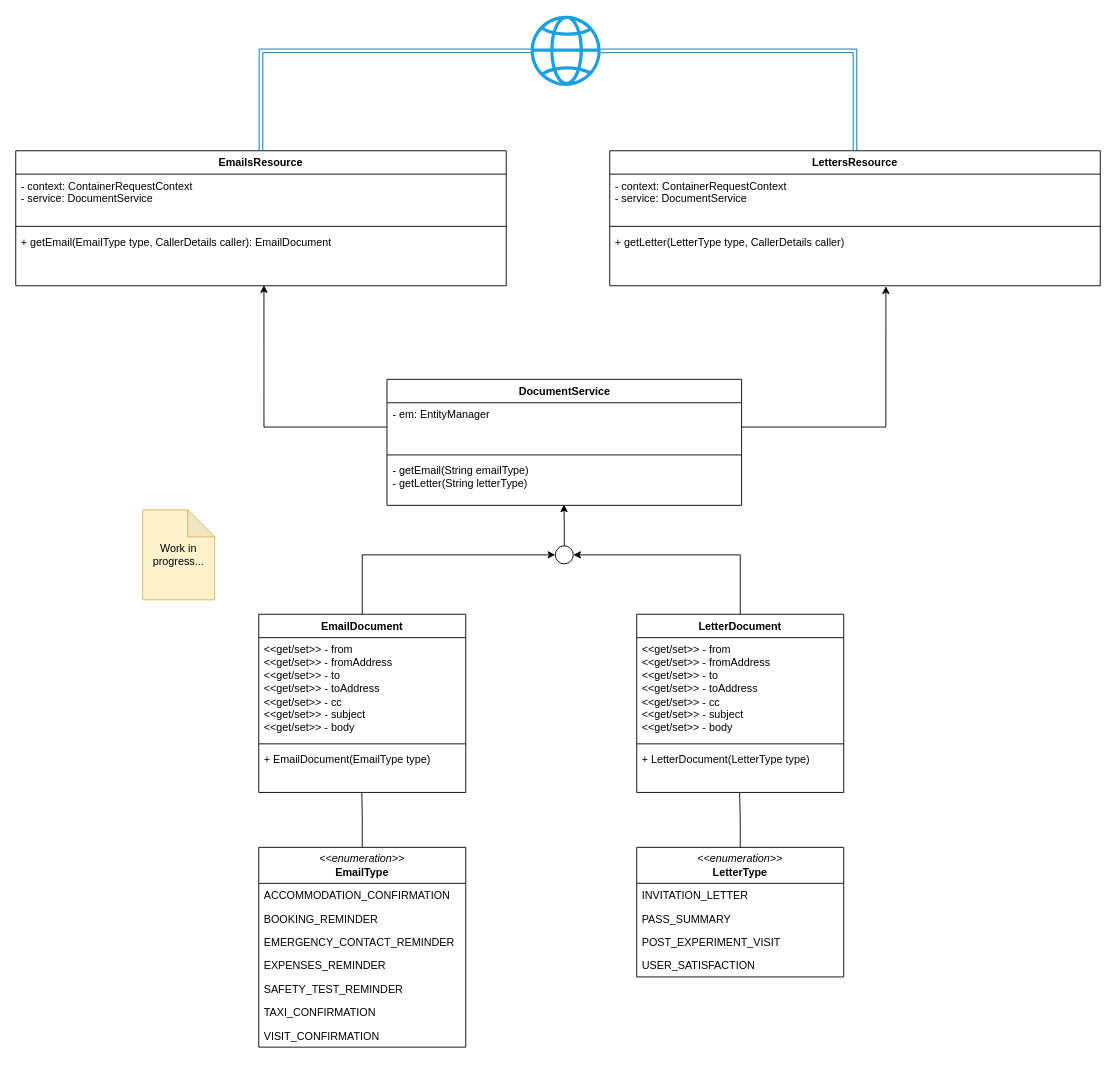
This is Document generation class diagram.drawio from ambolt314/FinalProjectDesign, a draw.io file, before an edit. Source tidied: cells renumbered, new cells numbered last; positions are measured from the earlier drawing's top-left corner, leaving out a move shared by most shapes. Both pictures are drawn from the tidied source at 90%, with x=0, y=0 at pixel (15, 15).
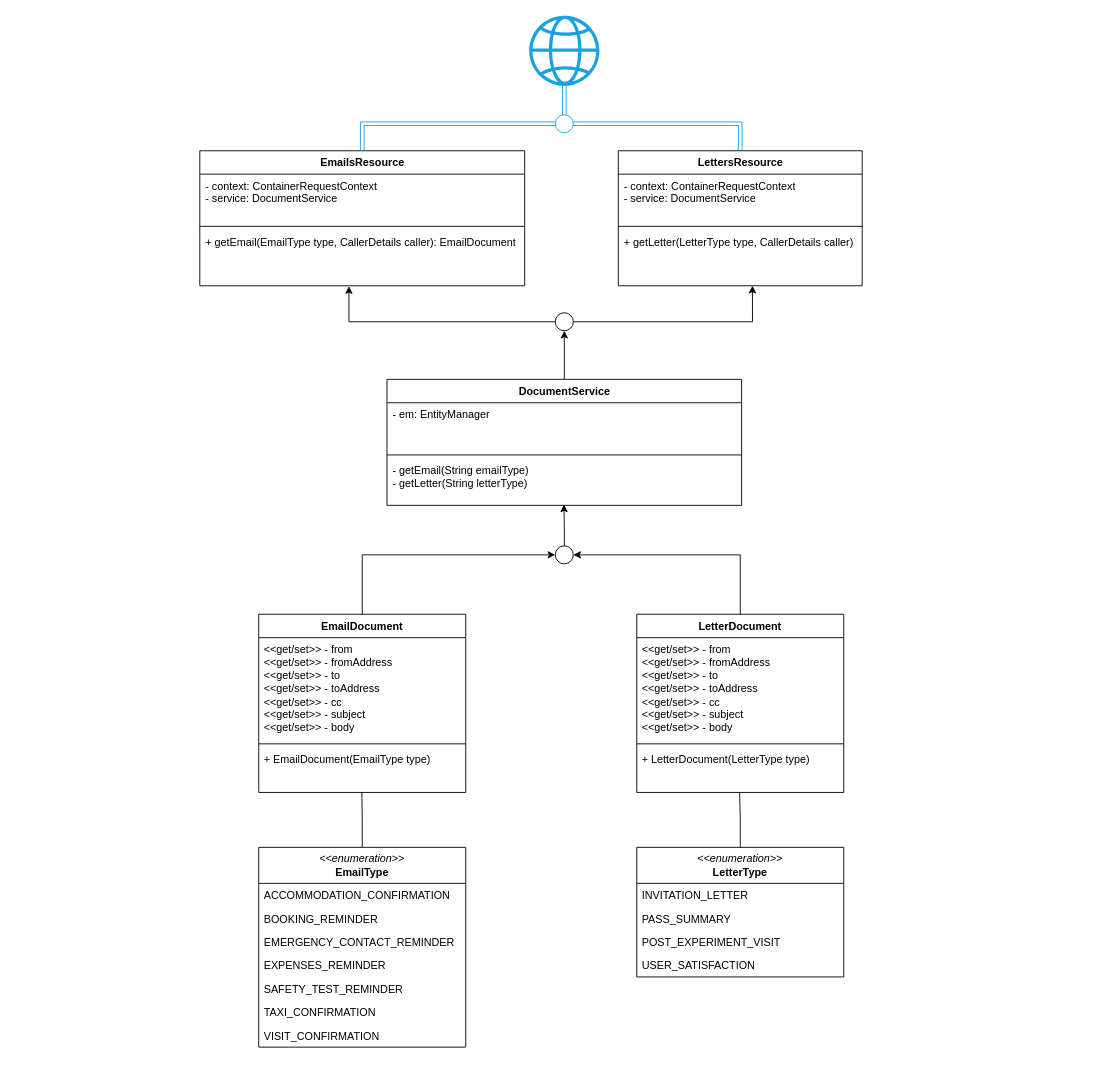
After the change.

The change refers to these unchanged cells:
```xml
<mxCell id="8" value="DocumentService" style="swimlane;fontStyle=1;align=center;verticalAlign=top;horizontal=1;startSize=26;whiteSpace=wrap;html=1;" parent="1" vertex="1">
  <mxGeometry x="412.5" y="404" width="394" height="140" as="geometry" />
</mxCell>
<mxCell id="9" value="&lt;div&gt;- em: EntityManager&lt;/div&gt;" style="text;strokeColor=none;fillColor=none;align=left;verticalAlign=top;spacingLeft=4;spacingRight=4;overflow=hidden;points=[[0,0.5],[1,0.5]];portConstraint=eastwest;whiteSpace=wrap;html=1;" parent="8" vertex="1">
  <mxGeometry y="26" width="394" height="54" as="geometry" />
</mxCell>
```

Change to the diagram source:
```diff
@@
     <mxCell id="2" value="EmailsResource" style="swimlane;fontStyle=1;align=center;verticalAlign=top;horizontal=1;startSize=26;whiteSpace=wrap;html=1;" parent="1" vertex="1">
-      <mxGeometry y="150" width="545" height="150" as="geometry" />
+      <mxGeometry x="204.5" y="150" width="361" height="150" as="geometry" />
     </mxCell>
     <mxCell id="3" value="&lt;div&gt;- context: ContainerRequestContext&lt;/div&gt;&lt;div&gt;- service: DocumentService&lt;br&gt;&lt;/div&gt;" style="text;strokeColor=none;fillColor=none;align=left;verticalAlign=top;spacingLeft=4;spacingRight=4;overflow=hidden;whiteSpace=wrap;html=1;" parent="2" vertex="1">
-      <mxGeometry y="26" width="545" height="54" as="geometry" />
+      <mxGeometry y="26" width="361" height="54" as="geometry" />
     </mxCell>
     <mxCell id="4" style="line;strokeWidth=1;fillColor=none;align=left;verticalAlign=middle;spacingTop=-1;spacingLeft=3;spacingRight=3;labelPosition=right;strokeColor=inherit;" parent="2" vertex="1">
-      <mxGeometry y="80" width="545" height="8" as="geometry" />
+      <mxGeometry y="80" width="361" height="8" as="geometry" />
     </mxCell>
     <mxCell id="5" value="+ getEmail(EmailType type, CallerDetails caller): EmailDocument" style="text;strokeColor=none;fillColor=none;align=left;verticalAlign=top;spacingLeft=4;spacingRight=4;overflow=hidden;points=[[0,0.5],[1,0.5]];portConstraint=eastwest;whiteSpace=wrap;html=1;" parent="2" vertex="1">
-      <mxGeometry y="88" width="545" height="62" as="geometry" />
+      <mxGeometry y="88" width="361" height="62" as="geometry" />
     </mxCell>
-    <mxCell id="6" style="edgeStyle=orthogonalEdgeStyle;rounded=0;jettySize=auto;html=1;entryX=0.506;entryY=0.99;entryDx=0;entryDy=0;exitX=0;exitY=0.5;exitDx=0;exitDy=0;entryPerimeter=0;" parent="1" edge="1" source="9" target="5">
-      <mxGeometry relative="1" as="geometry" />
-    </mxCell>
-    <mxCell id="7" style="edgeStyle=orthogonalEdgeStyle;rounded=0;jettySize=auto;html=1;entryX=0.563;entryY=1.01;entryDx=0;entryDy=0;entryPerimeter=0;exitX=1;exitY=0.5;exitDx=0;exitDy=0;" parent="1" edge="1" source="9" target="45">
+    <mxCell id="7" style="edgeStyle=orthogonalEdgeStyle;rounded=0;jettySize=auto;html=1;entryX=0.55;entryY=1;entryDx=0;entryDy=0;entryPerimeter=0;exitX=1;exitY=0.5;exitDx=0;exitDy=0;" parent="1" edge="1" source="50" target="45">
       <mxGeometry relative="1" as="geometry" />
     </mxCell>
+    <mxCell id="47" style="edgeStyle=orthogonalEdgeStyle;rounded=0;jettySize=auto;html=1;entryX=0.5;entryY=1;entryDx=0;entryDy=0;" parent="1" edge="1" source="8" target="50">
+      <mxGeometry relative="1" as="geometry" />
+    </mxCell>
@@
-    <mxCell id="17" style="edgeStyle=orthogonalEdgeStyle;rounded=0;jettySize=auto;html=1;shape=link;strokeColor=#006eaf;" parent="1" edge="1" source="19" target="2">
+    <mxCell id="17" style="edgeStyle=orthogonalEdgeStyle;rounded=0;jettySize=auto;html=1;shape=link;strokeColor=#1ba1e2;exitX=0;exitY=0.5;exitDx=0;exitDy=0;" parent="1" edge="1" source="49" target="2">
       <mxGeometry relative="1" as="geometry" />
     </mxCell>
-    <mxCell id="18" style="edgeStyle=orthogonalEdgeStyle;rounded=0;jettySize=auto;html=1;shape=link;strokeColor=#006eaf;" parent="1" edge="1" source="19" target="42">
+    <mxCell id="18" style="edgeStyle=orthogonalEdgeStyle;rounded=0;jettySize=auto;html=1;shape=link;strokeColor=#1ba1e2;exitX=1;exitY=0.5;exitDx=0;exitDy=0;" parent="1" edge="1" source="49" target="42">
       <mxGeometry relative="1" as="geometry" />
     </mxCell>
+    <mxCell id="48" style="edgeStyle=orthogonalEdgeStyle;rounded=0;jettySize=auto;html=1;shape=link;strokeColor=#1ba1e2;" parent="1" edge="1" source="19" target="49">
+      <mxGeometry relative="1" as="geometry" />
+    </mxCell>
-    <mxCell id="19" style="sketch=0;outlineConnect=0;fillColor=#1ba1e2;strokeColor=#006EAF;dashed=0;verticalLabelPosition=bottom;verticalAlign=top;align=center;html=1;fontSize=12;fontStyle=0;shape=mxgraph.aws4.globe;fontColor=#ffffff;" parent="1" vertex="1">
-      <mxGeometry x="572" width="78" height="78" as="geometry" />
+    <mxCell id="19" style="sketch=0;outlineConnect=0;fillColor=#1BA1E2;strokeColor=#006EAF;dashed=0;verticalLabelPosition=bottom;verticalAlign=top;align=center;html=1;fontSize=12;fontStyle=0;shape=mxgraph.aws4.globe;fontColor=#ffffff;" parent="1" vertex="1">
+      <mxGeometry x="570.5" width="78" height="78" as="geometry" />
     </mxCell>
@@
     <mxCell id="42" value="LettersResource" style="swimlane;fontStyle=1;align=center;verticalAlign=top;horizontal=1;startSize=26;whiteSpace=wrap;html=1;" parent="1" vertex="1">
-      <mxGeometry x="660" y="150" width="545" height="150" as="geometry" />
+      <mxGeometry x="669.5" y="150" width="271" height="150" as="geometry" />
     </mxCell>
     <mxCell id="43" value="&lt;div&gt;- context: ContainerRequestContext&lt;/div&gt;&lt;div&gt;- service: DocumentService&lt;br&gt;&lt;/div&gt;" style="text;strokeColor=none;fillColor=none;align=left;verticalAlign=top;spacingLeft=4;spacingRight=4;overflow=hidden;whiteSpace=wrap;html=1;" parent="42" vertex="1">
-      <mxGeometry y="26" width="545" height="54" as="geometry" />
+      <mxGeometry y="26" width="271" height="54" as="geometry" />
     </mxCell>
     <mxCell id="44" style="line;strokeWidth=1;fillColor=none;align=left;verticalAlign=middle;spacingTop=-1;spacingLeft=3;spacingRight=3;labelPosition=right;strokeColor=inherit;" parent="42" vertex="1">
-      <mxGeometry y="80" width="545" height="8" as="geometry" />
+      <mxGeometry y="80" width="271" height="8" as="geometry" />
     </mxCell>
     <mxCell id="45" value="+ getLetter(LetterType type, CallerDetails caller)" style="text;strokeColor=none;fillColor=none;align=left;verticalAlign=top;spacingLeft=4;spacingRight=4;overflow=hidden;points=[[0,0.5],[1,0.5]];portConstraint=eastwest;whiteSpace=wrap;html=1;" parent="42" vertex="1">
-      <mxGeometry y="88" width="545" height="62" as="geometry" />
+      <mxGeometry y="88" width="271" height="62" as="geometry" />
     </mxCell>
-    <mxCell id="46" value="Work in progress..." style="shape=note;whiteSpace=wrap;html=1;backgroundOutline=1;darkOpacity=0.05;fillColor=#fff2cc;strokeColor=#d6b656;" parent="1" vertex="1">
-      <mxGeometry x="141" y="549" width="80" height="100" as="geometry" />
-    </mxCell>
+    <mxCell id="49" style="ellipse;whiteSpace=wrap;html=1;strokeColor=#1ba1e2;" parent="1" vertex="1">
+      <mxGeometry x="599.5" y="110" width="20" height="20" as="geometry" />
+    </mxCell>
+    <mxCell id="50" style="ellipse;whiteSpace=wrap;html=1;strokeColor=#000000;" parent="1" vertex="1">
+      <mxGeometry x="599.5" y="330" width="20" height="20" as="geometry" />
+    </mxCell>
+    <mxCell id="51" style="edgeStyle=orthogonalEdgeStyle;rounded=0;jettySize=auto;html=1;entryX=0.459;entryY=1.008;entryDx=0;entryDy=0;entryPerimeter=0;exitX=0;exitY=0.5;exitDx=0;exitDy=0;" parent="1" edge="1" source="50" target="5">
+      <mxGeometry relative="1" as="geometry" />
+    </mxCell>
```
